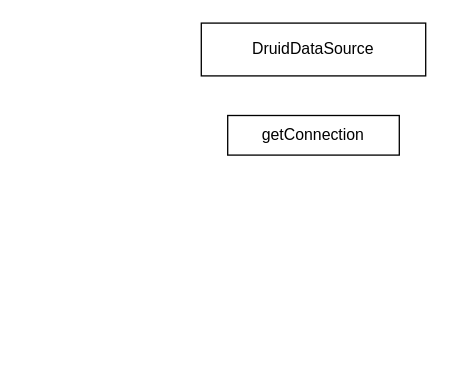
Earlier version of the draw.io diagram druid数据源.drawio (Ordertiny/graph). Source tidied: cells renumbered, new cells numbered last; positions are measured from the earlier drawing's top-left corner, leaving out a move shared by most shapes. Both pictures are drawn from the tidied source at 132%, with x=0, y=0 at pixel (201, 22).
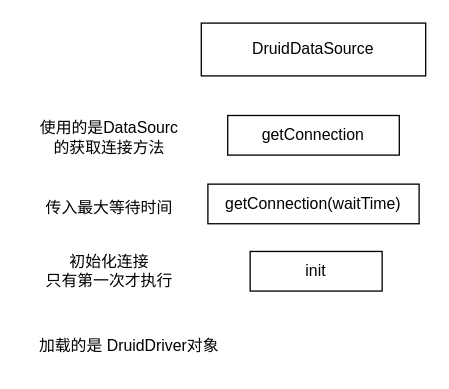
After the change.

Commit message (it also covers changes not shown here):
更新druid数据源.drawio

The edit, as a diff of the source:
```diff
@@
 <mxGraphModel>
   <root>
     <mxCell id="0" />
     <mxCell id="1" parent="0" />
     <mxCell id="2" value="DruidDataSource" style="rounded=0;whiteSpace=wrap;html=1;" parent="1" vertex="1">
       <mxGeometry width="170" height="40" as="geometry" />
     </mxCell>
     <mxCell id="3" value="getConnection" style="whiteSpace=wrap;html=1;" parent="1" vertex="1">
       <mxGeometry x="20" y="70" width="130" height="30" as="geometry" />
     </mxCell>
+    <mxCell id="4" value="使用的是DataSourc&lt;br&gt;的获取连接方法" style="text;html=1;align=center;verticalAlign=middle;strokeColor=none;fillColor=none;" parent="1" vertex="1">
+      <mxGeometry x="-135" y="67" width="130" height="40" as="geometry" />
+    </mxCell>
+    <mxCell id="5" value="init" style="whiteSpace=wrap;html=1;" parent="1" vertex="1">
+      <mxGeometry x="37" y="173" width="100" height="30" as="geometry" />
+    </mxCell>
+    <mxCell id="6" value="初始化连接&lt;br&gt;只有第一次才执行" style="text;html=1;align=center;verticalAlign=middle;strokeColor=none;fillColor=none;" parent="1" vertex="1">
+      <mxGeometry x="-130" y="168" width="120" height="40" as="geometry" />
+    </mxCell>
+    <mxCell id="7" value="传入最大等待时间" style="text;html=1;align=center;verticalAlign=middle;strokeColor=none;fillColor=none;" parent="1" vertex="1">
+      <mxGeometry x="-130" y="125" width="120" height="30" as="geometry" />
+    </mxCell>
+    <mxCell id="8" value="getConnection(waitTime)" style="whiteSpace=wrap;html=1;" parent="1" vertex="1">
+      <mxGeometry x="5" y="122" width="160" height="30" as="geometry" />
+    </mxCell>
+    <mxCell id="9" value="加载的是 DruidDriver对象" style="text;html=1;align=center;verticalAlign=middle;strokeColor=none;fillColor=none;" parent="1" vertex="1">
+      <mxGeometry x="-135" y="230" width="160" height="30" as="geometry" />
+    </mxCell>
   </root>
 </mxGraphModel>
```
